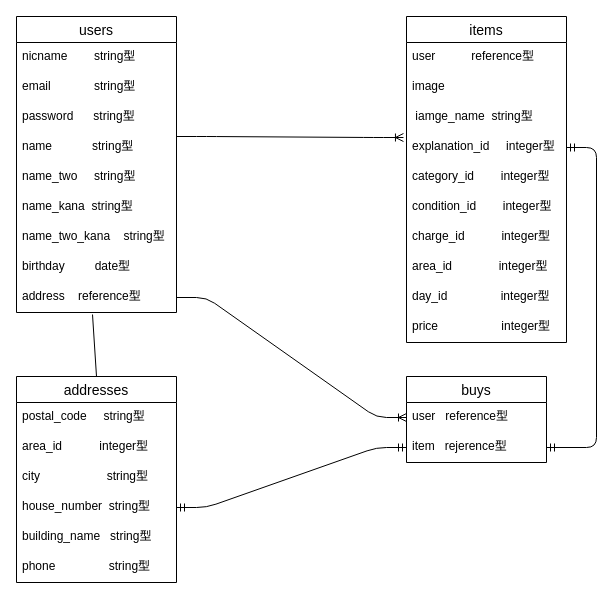
The draw.io diagram test.dio in kawahagi111/furima-32995, before the edit. Source tidied: cells renumbered, new cells numbered last; positions are measured from the earlier drawing's top-left corner, leaving out a move shared by most shapes. Both pictures are drawn from the tidied source at 100%, with x=0, y=0 at pixel (16, 16).
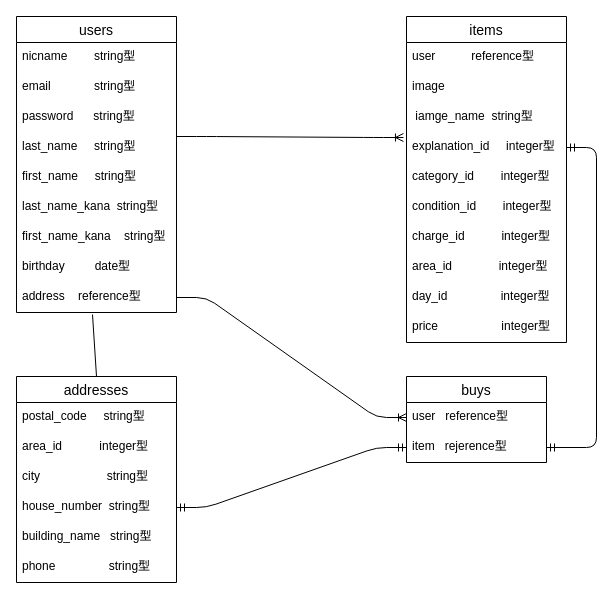
The same diagram, later.

Commit message (it also covers changes not shown here):
データベース設計6

Unchanged cells that the change refers to:
```xml
<mxCell id="2" value="users" style="swimlane;fontStyle=0;horizontal=1;startSize=26;align=center;fontSize=14;" parent="1" vertex="1">
  <mxGeometry width="160" height="296" as="geometry" />
</mxCell>
```

What changed in the source:
```diff
@@
-    <mxCell id="6" value="name            string型" style="text;strokeColor=none;fillColor=none;spacingLeft=4;spacingRight=4;overflow=hidden;fontSize=12;" parent="2" vertex="1">
+    <mxCell id="6" value="last_name     string型" style="text;strokeColor=none;fillColor=none;spacingLeft=4;spacingRight=4;overflow=hidden;fontSize=12;" parent="2" vertex="1">
       <mxGeometry y="116" width="160" height="30" as="geometry" />
     </mxCell>
-    <mxCell id="7" value="name_two     string型" style="text;strokeColor=none;fillColor=none;spacingLeft=4;spacingRight=4;overflow=hidden;fontSize=12;" parent="2" vertex="1">
+    <mxCell id="7" value="first_name     string型" style="text;strokeColor=none;fillColor=none;spacingLeft=4;spacingRight=4;overflow=hidden;fontSize=12;" parent="2" vertex="1">
       <mxGeometry y="146" width="160" height="30" as="geometry" />
     </mxCell>
-    <mxCell id="8" value="name_kana  string型" style="text;strokeColor=none;fillColor=none;spacingLeft=4;spacingRight=4;overflow=hidden;fontSize=12;" parent="2" vertex="1">
+    <mxCell id="8" value="last_name_kana  string型" style="text;strokeColor=none;fillColor=none;spacingLeft=4;spacingRight=4;overflow=hidden;fontSize=12;" parent="2" vertex="1">
       <mxGeometry y="176" width="160" height="30" as="geometry" />
     </mxCell>
-    <mxCell id="9" value="name_two_kana    string型" style="text;strokeColor=none;fillColor=none;spacingLeft=4;spacingRight=4;overflow=hidden;fontSize=12;" parent="2" vertex="1">
+    <mxCell id="9" value="first_name_kana    string型" style="text;strokeColor=none;fillColor=none;spacingLeft=4;spacingRight=4;overflow=hidden;fontSize=12;" parent="2" vertex="1">
       <mxGeometry y="206" width="160" height="30" as="geometry" />
     </mxCell>
```
